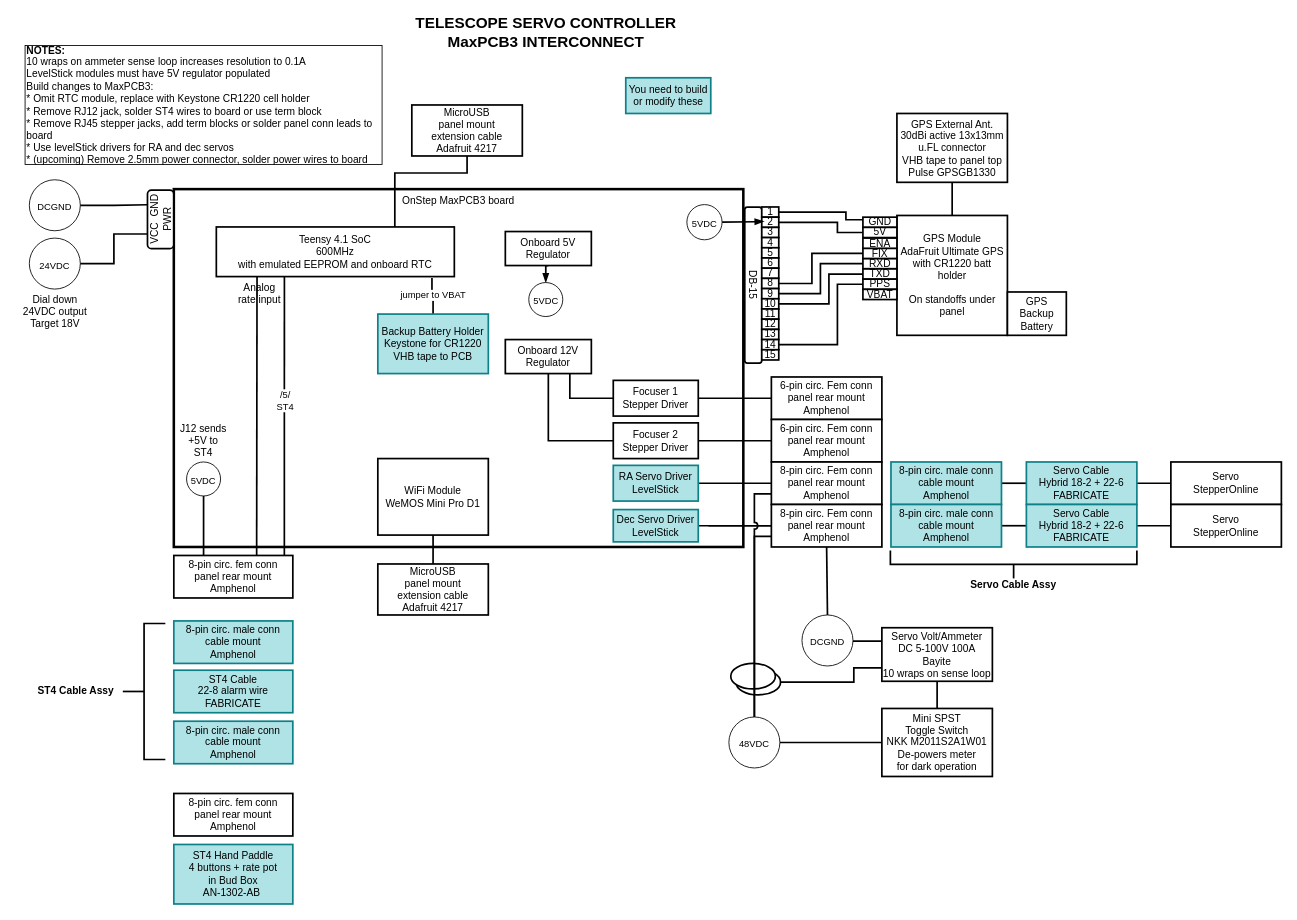
Earlier version of the draw.io diagram servo_controller/design_docs/servobox_maxpcb3_block.drawio (dbcook/cave-servo). Source tidied: cells renumbered, new cells numbered last; positions are measured from the earlier drawing's top-left corner, leaving out a move shared by most shapes. Both pictures are drawn from the tidied source at 85%, with x=0, y=0 at pixel (14, 20).
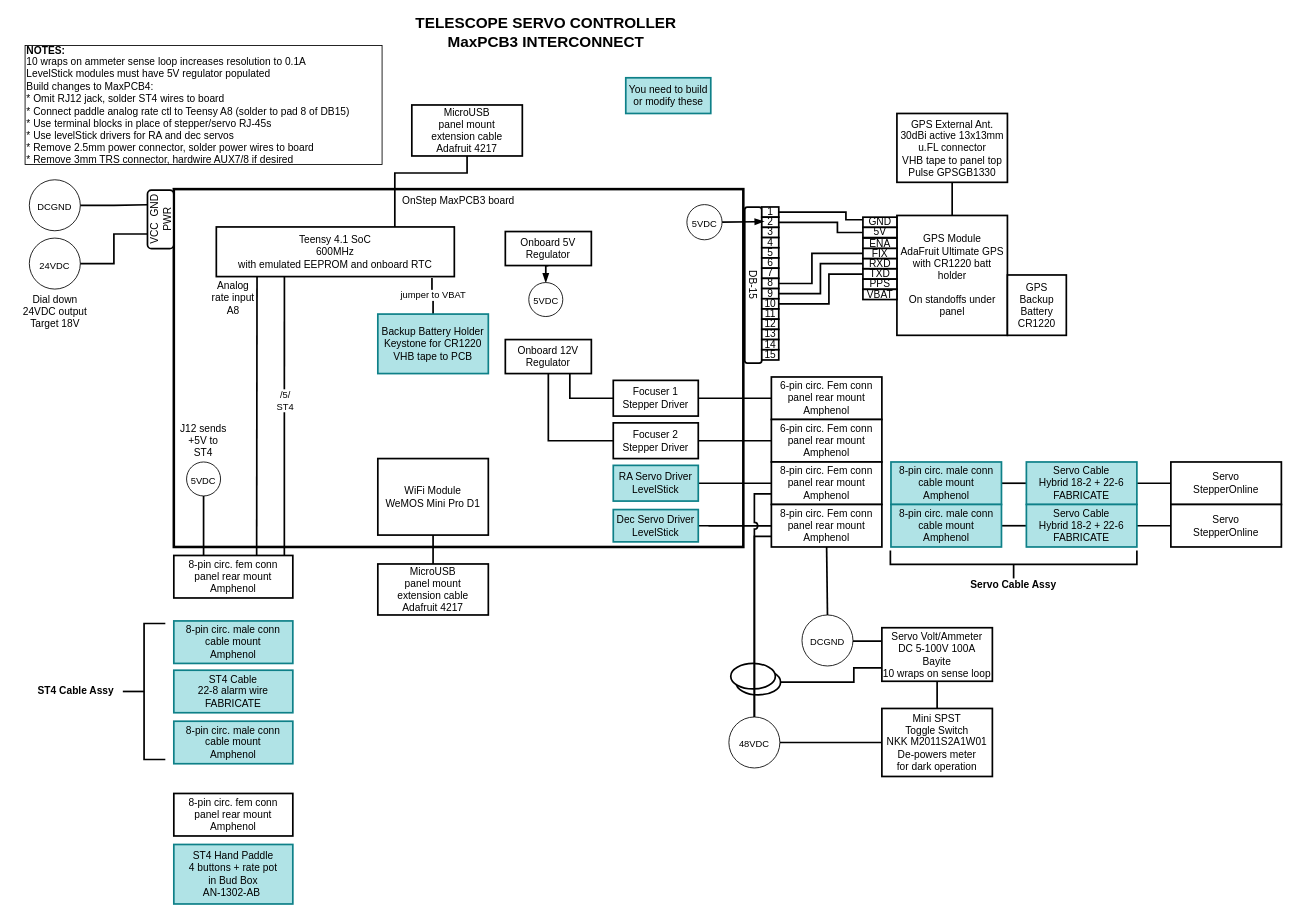
The same page after the edit.

Commit message:
Update buidl notes box for MaxPCB4

Unchanged cells that the change refers to:
```xml
<mxCell id="33" value="14" style="rounded=0;whiteSpace=wrap;html=1;strokeWidth=2;rotation=0;" parent="1" vertex="1">
  <mxGeometry x="879.7" y="376" width="20" height="12" as="geometry" />
</mxCell>
<mxCell id="47" value="PPS" style="rounded=0;whiteSpace=wrap;html=1;strokeWidth=2;rotation=0;" parent="1" vertex="1">
  <mxGeometry x="998.7" y="304.9" width="40" height="12" as="geometry" />
</mxCell>
```

The edit, as a diff of the source:
```diff
@@
-    <mxCell id="9" value="&lt;b&gt;NOTES:&lt;/b&gt;&lt;br&gt;10 wraps on ammeter sense loop increases resolution to 0.1A&lt;br&gt;LevelStick modules must have 5V regulator populated&lt;br&gt;Build changes to MaxPCB3:&lt;br&gt;* Omit RTC module, replace with Keystone CR1220 cell holder&lt;br&gt;* Remove RJ12 jack, solder ST4 wires to board or use term block&lt;br&gt;* Remove RJ45 stepper jacks, add term blocks or solder panel conn leads to board&lt;br&gt;* Use levelStick drivers for RA and dec servos&lt;br&gt;* (upcoming) Remove 2.5mm power connector, solder power wires to board" style="text;html=1;strokeColor=default;fillColor=none;align=left;verticalAlign=middle;whiteSpace=wrap;rounded=0;perimeterSpacing=1;" parent="1" vertex="1">
+    <mxCell id="9" value="&lt;b&gt;NOTES:&lt;/b&gt;&lt;br&gt;10 wraps on ammeter sense loop increases resolution to 0.1A&lt;br&gt;LevelStick modules must have 5V regulator populated&lt;br&gt;Build changes to MaxPCB4:&lt;br&gt;* Omit RJ12 jack, solder ST4 wires to board&lt;br&gt;* Connect paddle analog rate ctl to Teensy A8 (solder to pad 8 of DB15)&lt;br&gt;* Use terminal blocks in place of stepper/servo RJ-45s&lt;br&gt;* Use levelStick drivers for RA and dec servos&lt;br&gt;* Remove 2.5mm power connector, solder power wires to board&lt;br&gt;* Remove 3mm TRS connector, hardwire AUX7/8 if desired" style="text;html=1;strokeColor=default;fillColor=none;align=left;verticalAlign=middle;whiteSpace=wrap;rounded=0;perimeterSpacing=1;" parent="1" vertex="1">
       <mxGeometry x="13" y="30" width="420" height="140" as="geometry" />
     </mxCell>
@@
-    <mxCell id="46" style="edgeStyle=orthogonalEdgeStyle;rounded=0;jumpStyle=arc;jettySize=auto;html=1;exitX=0;exitY=0.5;exitDx=0;exitDy=0;entryX=1;entryY=0.5;entryDx=0;entryDy=0;strokeWidth=2;endArrow=none;endFill=0;" parent="1" edge="1" source="47" target="33">
-      <mxGeometry relative="1" as="geometry">
-        <Array as="points">
-          <mxPoint x="968.7" y="311" />
-          <mxPoint x="968.7" y="382" />
-        </Array>
-      </mxGeometry>
-    </mxCell>
@@
-    <mxCell id="84" value="Analog rate input" style="text;html=1;strokeColor=none;fillColor=none;align=center;verticalAlign=middle;whiteSpace=wrap;rounded=0;" parent="1" vertex="1">
-      <mxGeometry x="259" y="307" width="60" height="30" as="geometry" />
+    <mxCell id="84" value="Analog rate input&lt;br&gt;A8" style="text;html=1;strokeColor=none;fillColor=none;align=center;verticalAlign=middle;whiteSpace=wrap;rounded=0;" parent="1" vertex="1">
+      <mxGeometry x="228" y="305.9" width="60" height="43" as="geometry" />
     </mxCell>
@@
-    <mxCell id="113" value="GPS&lt;br&gt;Backup&lt;br&gt;Battery" style="rounded=0;whiteSpace=wrap;html=1;strokeWidth=2;rotation=0;" parent="1" vertex="1">
-      <mxGeometry x="1168.7" y="320" width="69.3" height="51" as="geometry" />
+    <mxCell id="113" value="GPS&lt;br&gt;Backup&lt;br&gt;Battery CR1220" style="rounded=0;whiteSpace=wrap;html=1;strokeWidth=2;rotation=0;" parent="1" vertex="1">
+      <mxGeometry x="1168.7" y="300" width="69.3" height="71" as="geometry" />
     </mxCell>
```
